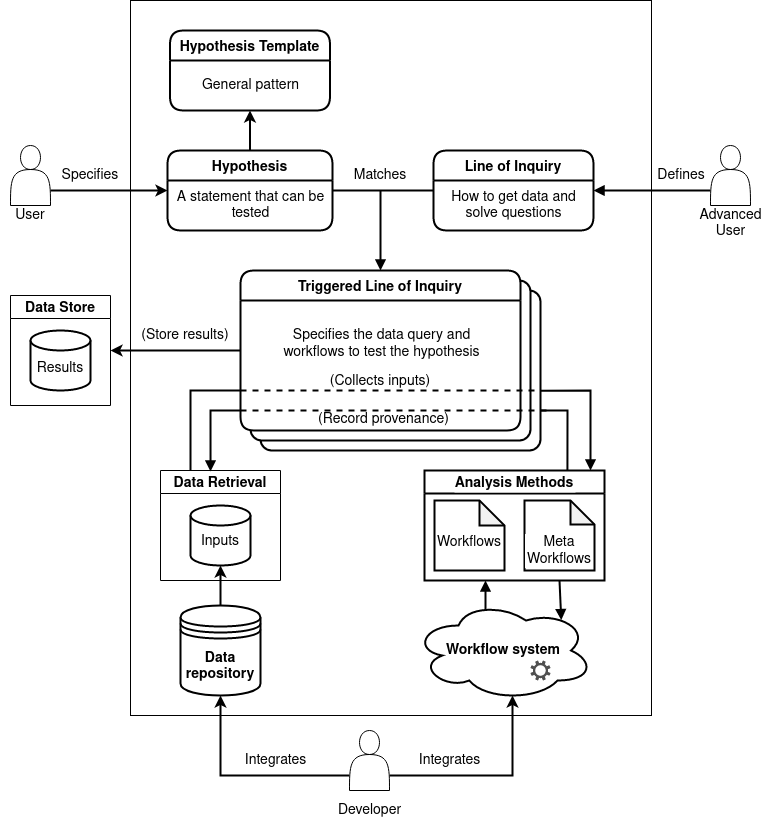
The draw.io diagram docs/figures/DISK-overview.png in KnowledgeCaptureAndDiscovery/DISK-UI, before a commit. Source tidied: cells renumbered, new cells last; positions are measured from the earlier drawing's top-left corner, leaving out a move shared by most shapes.
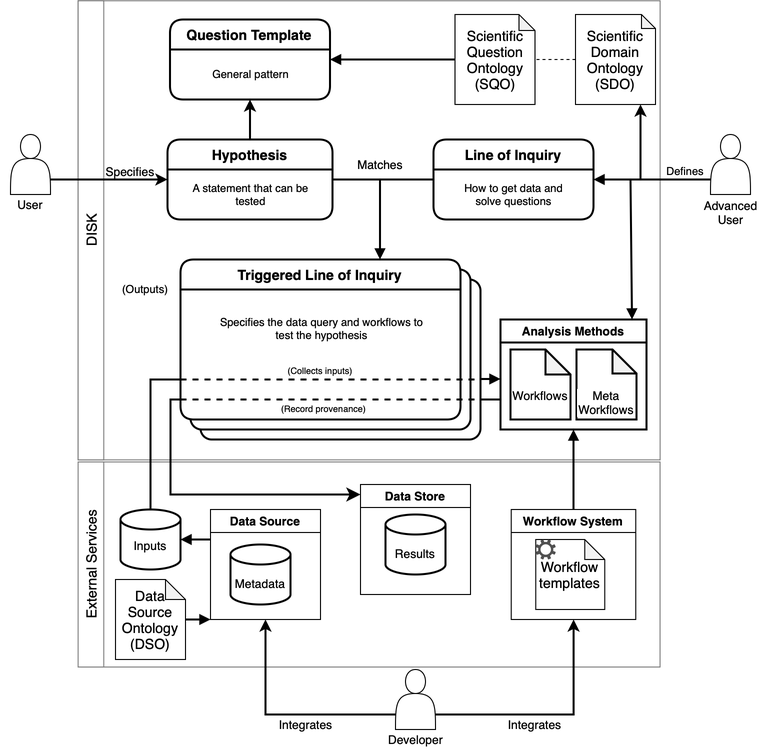
The same file after the commit.

Change to the diagram source:
```diff
@@ -4,5 +4,14 @@
     <mxCell id="1" parent="0" />
-    <mxCell id="2" style="whiteSpace=wrap;html=1;" parent="1" vertex="1">
-      <mxGeometry x="130" width="521" height="715" as="geometry" />
-    </mxCell>
+    <mxCell id="56" style="whiteSpace=wrap;html=1;rotation=-90;fontSize=14;strokeColor=#808080;" parent="1" vertex="1">
+      <mxGeometry x="267.6" y="285.5" width="205.1" height="578.9" as="geometry" />
+    </mxCell>
+    <mxCell id="57" style="whiteSpace=wrap;html=1;rotation=-90;fontSize=14;strokeColor=#808080;" parent="1" vertex="1">
+      <mxGeometry x="139.1" y="-50.2" width="459.1" height="582" as="geometry" />
+    </mxCell>
+    <mxCell id="58" value="DISK" style="whiteSpace=wrap;html=1;rotation=-90;fontSize=14;strokeColor=#808080;" parent="1" vertex="1">
+      <mxGeometry x="-139.1" y="228" width="459.1" height="25.6" as="geometry" />
+    </mxCell>
+    <mxCell id="59" value="External Services" style="whiteSpace=wrap;html=1;rotation=-90;fontSize=14;strokeColor=#808080;" parent="1" vertex="1">
+      <mxGeometry x="-12.1" y="562.2" width="205.1" height="25.6" as="geometry" />
+    </mxCell>
     <mxCell id="3" style="edgeStyle=orthogonalEdgeStyle;rounded=0;jettySize=auto;html=1;exitX=0.5;exitY=0;exitDx=0;exitDy=0;entryX=0.5;entryY=1;entryDx=0;entryDy=0;strokeWidth=2;" parent="1" edge="1" source="4" target="41">
@@ -28,10 +37,4 @@
     </mxCell>
-    <mxCell id="10" value="Data Retrieval" style="swimlane;" parent="1" vertex="1">
-      <mxGeometry x="160" y="470" width="120" height="110" as="geometry" />
-    </mxCell>
-    <mxCell id="11" value="Inputs" style="strokeWidth=2;html=1;shape=mxgraph.flowchart.database;whiteSpace=wrap;labelBackgroundColor=#FFFFFF;verticalAlign=middle;labelPosition=center;verticalLabelPosition=middle;align=center;spacingTop=12;" parent="10" vertex="1">
-      <mxGeometry x="30" y="35" width="60" height="60" as="geometry" />
-    </mxCell>
     <mxCell id="12" style="group;fontStyle=0;" parent="1" vertex="1">
-      <mxGeometry x="240" y="270" width="300" height="180" as="geometry" />
+      <mxGeometry x="180" y="270" width="300" height="180" as="geometry" />
     </mxCell>
@@ -52,3 +55,3 @@
         <mxPoint y="140" as="sourcePoint" />
-        <mxPoint x="310" y="140" as="targetPoint" />
+        <mxPoint x="300" y="140" as="targetPoint" />
       </mxGeometry>
@@ -70,61 +73,20 @@
     </mxCell>
-    <mxCell id="22" value="&lt;span&gt;Data&lt;br&gt;repository&lt;/span&gt;" style="shape=datastore;whiteSpace=wrap;html=1;labelBackgroundColor=#FFFFFF;strokeWidth=2;fontStyle=1;" parent="1" vertex="1">
-      <mxGeometry x="180" y="605" width="80" height="90" as="geometry" />
-    </mxCell>
-    <mxCell id="23" style="endArrow=classic;html=1;rounded=0;exitX=0.5;exitY=0;exitDx=0;exitDy=0;entryX=0.5;entryY=1;entryDx=0;entryDy=0;entryPerimeter=0;strokeWidth=2;" parent="1" edge="1" source="22" target="11">
-      <mxGeometry relative="1" as="geometry" />
-    </mxCell>
     <mxCell id="24" value="Analysis Methods" style="swimlane;labelBackgroundColor=#FFFFFF;strokeWidth=2;startSize=23;fillColor=none;" parent="1" vertex="1">
-      <mxGeometry x="424" y="470" width="180" height="110" as="geometry" />
+      <mxGeometry x="500" y="330" width="146" height="110" as="geometry" />
     </mxCell>
     <mxCell id="25" value="Workflows&lt;br&gt;&lt;font color=&quot;#ffffff&quot;&gt;.&lt;/font&gt;" style="shape=note;whiteSpace=wrap;html=1;backgroundOutline=1;darkOpacity=0.05;labelBackgroundColor=#FFFFFF;strokeWidth=2;verticalAlign=bottom;size=25;" parent="24" vertex="1">
-      <mxGeometry x="10" y="30" width="70" height="70" as="geometry" />
+      <mxGeometry x="10" y="30" width="60" height="70" as="geometry" />
     </mxCell>
-    <mxCell id="26" value="Meta Workflows" style="shape=note;whiteSpace=wrap;html=1;backgroundOutline=1;darkOpacity=0.05;labelBackgroundColor=#FFFFFF;strokeWidth=2;verticalAlign=bottom;size=24;fillColor=none;spacingTop=-7;" parent="24" vertex="1">
-      <mxGeometry x="100" y="30" width="70" height="70" as="geometry" />
+    <mxCell id="26" value="&lt;font style=&quot;font-size: 12px;&quot;&gt;Meta Workflows&lt;/font&gt;" style="shape=note;whiteSpace=wrap;html=1;backgroundOutline=1;darkOpacity=0.05;labelBackgroundColor=#FFFFFF;strokeWidth=2;verticalAlign=bottom;size=24;fillColor=none;spacingTop=-7;" parent="24" vertex="1">
+      <mxGeometry x="76" y="30" width="60" height="70" as="geometry" />
     </mxCell>
-    <mxCell id="27" value="Workflow&amp;nbsp;system" style="ellipse;shape=cloud;whiteSpace=wrap;html=1;labelBackgroundColor=#FFFFFF;strokeWidth=2;fontStyle=1;" parent="1" vertex="1">
-      <mxGeometry x="413" y="600" width="180" height="100" as="geometry" />
-    </mxCell>
-    <mxCell id="28" style="sketch=0;shadow=0;dashed=0;html=1;strokeColor=none;fillColor=#505050;labelPosition=center;verticalLabelPosition=bottom;verticalAlign=top;align=center;shape=mxgraph.office.concepts.settings;labelBackgroundColor=#FFFFFF;" parent="1" vertex="1">
-      <mxGeometry x="530" y="660" width="20" height="20" as="geometry" />
-    </mxCell>
-    <mxCell id="29" style="html=1;verticalAlign=bottom;endArrow=block;rounded=0;fontColor=#FFFFFF;entryX=0.821;entryY=0.196;entryDx=0;entryDy=0;entryPerimeter=0;exitX=0.75;exitY=1;exitDx=0;exitDy=0;strokeWidth=2;" parent="1" edge="1" source="24" target="27">
-      <mxGeometry x="0.01" y="-50" relative="1" as="geometry" />
+    <mxCell id="29" style="html=1;verticalAlign=bottom;endArrow=block;rounded=0;fontColor=#FFFFFF;strokeWidth=2;" parent="1" edge="1">
+      <mxGeometry x="0.01" y="-50" relative="1" as="geometry">
+        <mxPoint x="480" y="389.5" as="sourcePoint" />
+        <mxPoint x="500" y="389.5" as="targetPoint" />
+      </mxGeometry>
     </mxCell>
-    <mxCell id="30" style="html=1;verticalAlign=bottom;endArrow=block;rounded=0;fontColor=#FFFFFF;exitX=0.4;exitY=0.1;exitDx=0;exitDy=0;exitPerimeter=0;strokeWidth=2;" parent="1" edge="1" source="27">
-      <mxGeometry x="0.01" y="-50" relative="1" as="geometry">
-        <mxPoint x="485" y="580" as="targetPoint" />
-      </mxGeometry>
+    <mxCell id="30" style="html=1;verticalAlign=bottom;endArrow=block;rounded=0;fontColor=#FFFFFF;strokeWidth=2;" parent="1" edge="1" source="71" target="24">
+      <mxGeometry x="0.01" y="-50" relative="1" as="geometry" />
     </mxCell>
-    <mxCell id="31" style="html=1;verticalAlign=bottom;endArrow=none;rounded=0;fontColor=#FFFFFF;entryX=0.794;entryY=0;entryDx=0;entryDy=0;entryPerimeter=0;strokeWidth=2;endFill=0;exitX=1;exitY=0.75;exitDx=0;exitDy=0;" parent="1" edge="1" source="13" target="24">
-      <mxGeometry x="0.01" y="-50" relative="1" as="geometry">
-        <Array as="points">
-          <mxPoint x="567" y="410" />
-        </Array>
-      </mxGeometry>
-    </mxCell>
-    <mxCell id="32" style="html=1;verticalAlign=bottom;endArrow=none;rounded=0;fontColor=#FFFFFF;exitX=0.417;exitY=0.009;exitDx=0;exitDy=0;strokeWidth=2;endFill=0;startArrow=block;startFill=1;exitPerimeter=0;" parent="1" edge="1" source="10">
-      <mxGeometry x="0.01" y="-50" relative="1" as="geometry">
-        <mxPoint x="240" y="410" as="targetPoint" />
-        <Array as="points">
-          <mxPoint x="210" y="410" />
-        </Array>
-      </mxGeometry>
-    </mxCell>
-    <mxCell id="33" style="html=1;verticalAlign=bottom;endArrow=block;rounded=0;fontColor=#FFFFFF;strokeWidth=2;endFill=1;exitX=1;exitY=0.627;exitDx=0;exitDy=0;exitPerimeter=0;" parent="1" edge="1" source="13">
-      <mxGeometry x="0.01" y="-50" relative="1" as="geometry">
-        <mxPoint x="590" y="470" as="targetPoint" />
-        <Array as="points">
-          <mxPoint x="590" y="390" />
-        </Array>
-      </mxGeometry>
-    </mxCell>
-    <mxCell id="34" style="html=1;verticalAlign=bottom;endArrow=none;rounded=0;fontColor=#FFFFFF;entryX=0;entryY=0.75;entryDx=0;entryDy=0;exitX=0.25;exitY=0;exitDx=0;exitDy=0;strokeWidth=2;endFill=0;startArrow=none;startFill=0;" parent="1" edge="1" source="10" target="16">
-      <mxGeometry x="0.01" y="-50" relative="1" as="geometry">
-        <Array as="points">
-          <mxPoint x="190" y="390" />
-        </Array>
-      </mxGeometry>
-    </mxCell>
     <mxCell id="35" style="html=1;verticalAlign=bottom;endArrow=none;rounded=0;fontColor=#FFFFFF;entryX=0;entryY=0.5;entryDx=0;entryDy=0;exitX=1;exitY=0.5;exitDx=0;exitDy=0;strokeWidth=2;endFill=0;startArrow=none;startFill=0;" parent="1" edge="1" source="4" target="6">
@@ -132,4 +94,7 @@
     </mxCell>
-    <mxCell id="36" style="html=1;verticalAlign=bottom;endArrow=none;rounded=0;fontColor=#FFFFFF;exitX=0.5;exitY=0;exitDx=0;exitDy=0;strokeWidth=2;endFill=0;startArrow=block;startFill=1;entryX=0.5;entryY=1;entryDx=0;entryDy=0;" parent="1" edge="1" source="16" target="39">
-      <mxGeometry x="0.01" y="-50" relative="1" as="geometry" />
+    <mxCell id="36" style="html=1;verticalAlign=bottom;endArrow=none;rounded=0;fontColor=#FFFFFF;exitX=0.5;exitY=0;exitDx=0;exitDy=0;strokeWidth=2;endFill=0;startArrow=block;startFill=1;entryX=0.5;entryY=1;entryDx=0;entryDy=0;" parent="1" edge="1">
+      <mxGeometry x="0.01" y="-50" relative="1" as="geometry">
+        <mxPoint x="379.5" y="270" as="sourcePoint" />
+        <mxPoint x="379.5" y="190" as="targetPoint" />
+      </mxGeometry>
     </mxCell>
@@ -144,6 +109,6 @@
     </mxCell>
-    <mxCell id="40" value="&lt;font style=&quot;font-size: 9px;&quot; color=&quot;#000000&quot;&gt;Specifies&lt;br style=&quot;font-size: 9px;&quot;&gt;&lt;/font&gt;" style="text;html=1;align=center;verticalAlign=middle;whiteSpace=wrap;rounded=0;labelBackgroundColor=none;fontSize=9;fillColor=none;" parent="1" vertex="1">
-      <mxGeometry x="60" y="160" width="60" height="30" as="geometry" />
+    <mxCell id="40" value="&lt;font style=&quot;font-size: 12px;&quot; color=&quot;#000000&quot;&gt;Specifies&lt;br style=&quot;font-size: 12px;&quot;&gt;&lt;/font&gt;" style="text;html=1;align=center;verticalAlign=middle;whiteSpace=wrap;rounded=0;labelBackgroundColor=none;fontSize=12;fillColor=none;" parent="1" vertex="1">
+      <mxGeometry x="100" y="167" width="60" height="30" as="geometry" />
     </mxCell>
-    <mxCell id="41" value="Hypothesis Template" style="swimlane;horizontal=1;startSize=30;rounded=1;fontSize=14;fontStyle=1;strokeWidth=2;shadow=0;dashed=0;align=center;" parent="1" vertex="1">
+    <mxCell id="41" value="Question Template" style="swimlane;horizontal=1;startSize=30;rounded=1;fontSize=14;fontStyle=1;strokeWidth=2;shadow=0;dashed=0;align=center;" parent="1" vertex="1">
       <mxGeometry x="169.5" y="30" width="160" height="80" as="geometry" />
@@ -153,6 +118,6 @@
     </mxCell>
-    <mxCell id="43" style="edgeStyle=orthogonalEdgeStyle;rounded=0;jettySize=auto;html=1;exitX=0;exitY=0.75;exitDx=0;exitDy=0;strokeWidth=2;" parent="1" edge="1" source="45" target="22">
+    <mxCell id="43" style="edgeStyle=orthogonalEdgeStyle;rounded=0;jettySize=auto;html=1;exitX=0;exitY=0.75;exitDx=0;exitDy=0;strokeWidth=2;" parent="1" edge="1" source="45" target="64">
       <mxGeometry relative="1" as="geometry" />
     </mxCell>
-    <mxCell id="44" style="edgeStyle=orthogonalEdgeStyle;rounded=0;jettySize=auto;html=1;exitX=1;exitY=0.75;exitDx=0;exitDy=0;entryX=0.55;entryY=0.95;entryDx=0;entryDy=0;entryPerimeter=0;strokeWidth=2;" parent="1" edge="1" source="45" target="27">
+    <mxCell id="44" style="edgeStyle=orthogonalEdgeStyle;rounded=0;jettySize=auto;html=1;exitX=1;exitY=0.75;exitDx=0;exitDy=0;strokeWidth=2;" parent="1" edge="1" source="45" target="71">
       <mxGeometry relative="1" as="geometry" />
@@ -160,25 +125,29 @@
     <mxCell id="45" style="shape=actor;whiteSpace=wrap;html=1;" parent="1" vertex="1">
-      <mxGeometry x="349" y="730" width="40" height="60" as="geometry" />
+      <mxGeometry x="395" y="680" width="40" height="60" as="geometry" />
     </mxCell>
     <mxCell id="46" value="Developer" style="text;html=1;strokeColor=none;fillColor=none;align=center;verticalAlign=middle;whiteSpace=wrap;rounded=0;" parent="1" vertex="1">
-      <mxGeometry x="329.5" y="800" width="79" height="20" as="geometry" />
+      <mxGeometry x="375.5" y="740" width="79" height="20" as="geometry" />
     </mxCell>
     <mxCell id="47" value="Integrates" style="text;html=1;align=center;verticalAlign=middle;strokeColor=none;fillColor=none;fontColor=#000000;" parent="1" vertex="1">
-      <mxGeometry x="230" y="745" width="90" height="30" as="geometry" />
+      <mxGeometry x="260" y="720" width="90" height="30" as="geometry" />
     </mxCell>
     <mxCell id="48" value="Integrates" style="text;html=1;align=center;verticalAlign=middle;strokeColor=none;fillColor=none;fontColor=#000000;" parent="1" vertex="1">
-      <mxGeometry x="404" y="745" width="90" height="30" as="geometry" />
+      <mxGeometry x="489" y="720" width="90" height="30" as="geometry" />
     </mxCell>
     <mxCell id="49" value="Data Store" style="swimlane;" parent="1" vertex="1">
-      <mxGeometry x="10" y="295" width="100" height="110" as="geometry" />
+      <mxGeometry x="360" y="495" width="110" height="110" as="geometry" />
     </mxCell>
     <mxCell id="50" value="&lt;span style=&quot;background-color: transparent;&quot;&gt;Results&lt;/span&gt;" style="strokeWidth=2;html=1;shape=mxgraph.flowchart.database;whiteSpace=wrap;labelBackgroundColor=#FFFFFF;verticalAlign=middle;labelPosition=center;verticalLabelPosition=middle;align=center;spacingTop=17;" parent="49" vertex="1">
-      <mxGeometry x="20" y="35" width="60" height="60" as="geometry" />
+      <mxGeometry x="25" y="30" width="60" height="60" as="geometry" />
     </mxCell>
-    <mxCell id="51" style="edgeStyle=orthogonalEdgeStyle;rounded=0;jettySize=auto;html=1;exitX=0;exitY=0.5;exitDx=0;exitDy=0;fontColor=#000000;strokeWidth=2;entryX=1;entryY=0.5;entryDx=0;entryDy=0;" parent="1" edge="1" source="16" target="49">
-      <mxGeometry relative="1" as="geometry" />
-    </mxCell>
-    <mxCell id="52" value="(Store results)" style="text;html=1;strokeColor=none;fillColor=none;align=center;verticalAlign=middle;whiteSpace=wrap;rounded=0;labelBackgroundColor=none;fontSize=9;fontColor=#000000;" parent="1" vertex="1">
-      <mxGeometry x="120" y="320" width="130" height="30" as="geometry" />
+    <mxCell id="52" value="(Outputs)" style="text;html=1;strokeColor=none;fillColor=none;align=center;verticalAlign=middle;whiteSpace=wrap;rounded=0;labelBackgroundColor=none;fontSize=11;fontColor=#000000;" parent="1" vertex="1">
+      <mxGeometry x="120" y="290" width="50" height="20" as="geometry" />
     </mxCell>
+    <mxCell id="60" style="edgeStyle=orthogonalEdgeStyle;rounded=0;jettySize=auto;html=1;strokeWidth=2;" parent="1" edge="1" source="53" target="75">
+      <mxGeometry relative="1" as="geometry">
+        <Array as="points">
+          <mxPoint x="640" y="190" />
+        </Array>
+      </mxGeometry>
+    </mxCell>
     <mxCell id="53" style="shape=actor;whiteSpace=wrap;html=1;" parent="1" vertex="1">
@@ -189,5 +158,74 @@
     </mxCell>
-    <mxCell id="55" value="&lt;font color=&quot;#000000&quot; style=&quot;font-size: 9px;&quot;&gt;Defines&lt;br style=&quot;font-size: 9px;&quot;&gt;&lt;/font&gt;" style="text;html=1;strokeColor=none;fillColor=none;align=center;verticalAlign=middle;whiteSpace=wrap;rounded=0;labelBackgroundColor=none;fontColor=#FFFFFF;fontSize=9;" parent="1" vertex="1">
-      <mxGeometry x="680" y="160" width="1" height="30" as="geometry" />
+    <mxCell id="55" value="&lt;font color=&quot;#000000&quot; style=&quot;font-size: 11px;&quot;&gt;Defines&lt;br style=&quot;font-size: 11px;&quot;&gt;&lt;/font&gt;" style="text;html=1;strokeColor=none;fillColor=none;align=center;verticalAlign=middle;whiteSpace=wrap;rounded=0;labelBackgroundColor=none;fontColor=#FFFFFF;fontSize=11;" parent="1" vertex="1">
+      <mxGeometry x="655" y="167" width="60" height="30" as="geometry" />
     </mxCell>
+    <mxCell id="61" value="Scientific Question Ontology&lt;div&gt;(SQO)&lt;/div&gt;" style="shape=note;whiteSpace=wrap;html=1;backgroundOutline=1;darkOpacity=0.05;size=16;fontSize=14;" parent="1" vertex="1">
+      <mxGeometry x="454.5" y="25" width="80" height="90" as="geometry" />
+    </mxCell>
+    <mxCell id="62" style="html=1;verticalAlign=bottom;endArrow=none;rounded=0;fontColor=#FFFFFF;strokeWidth=2;endFill=0;" parent="1" edge="1">
+      <mxGeometry x="0.01" y="-50" relative="1" as="geometry">
+        <mxPoint x="500" y="410" as="sourcePoint" />
+        <mxPoint x="480" y="410" as="targetPoint" />
+      </mxGeometry>
+    </mxCell>
+    <mxCell id="63" style="endArrow=none;html=1;rounded=0;strokeWidth=2;endFill=0;startArrow=block;startFill=1;entryX=0;entryY=0.75;entryDx=0;entryDy=0;" parent="1" edge="1">
+      <mxGeometry relative="1" as="geometry">
+        <mxPoint x="631.5" y="330" as="sourcePoint" />
+        <mxPoint x="630" y="190" as="targetPoint" />
+      </mxGeometry>
+    </mxCell>
+    <mxCell id="64" value="Data Source" style="swimlane;" parent="1" vertex="1">
+      <mxGeometry x="210" y="520" width="110" height="110" as="geometry" />
+    </mxCell>
+    <mxCell id="65" value="&lt;span style=&quot;background-color: transparent;&quot;&gt;Metadata&lt;/span&gt;" style="strokeWidth=2;html=1;shape=mxgraph.flowchart.database;whiteSpace=wrap;labelBackgroundColor=#FFFFFF;verticalAlign=middle;labelPosition=center;verticalLabelPosition=middle;align=center;spacingTop=17;" parent="64" vertex="1">
+      <mxGeometry x="20" y="35" width="60" height="60" as="geometry" />
+    </mxCell>
+    <mxCell id="11" value="Inputs" style="strokeWidth=2;html=1;shape=mxgraph.flowchart.database;whiteSpace=wrap;labelBackgroundColor=#FFFFFF;verticalAlign=middle;labelPosition=center;verticalLabelPosition=middle;align=center;spacingTop=12;" parent="1" vertex="1">
+      <mxGeometry x="120" y="520" width="60" height="60" as="geometry" />
+    </mxCell>
+    <mxCell id="66" value="Data&lt;br&gt;Source Ontology&lt;div&gt;(DSO)&lt;/div&gt;" style="shape=note;whiteSpace=wrap;html=1;backgroundOutline=1;darkOpacity=0.05;size=20;fontSize=14;" parent="1" vertex="1">
+      <mxGeometry x="115" y="590" width="70" height="80" as="geometry" />
+    </mxCell>
+    <mxCell id="67" style="html=1;verticalAlign=bottom;endArrow=block;rounded=0;fontColor=#FFFFFF;strokeWidth=2;" parent="1" edge="1" target="11">
+      <mxGeometry x="0.01" y="-50" relative="1" as="geometry">
+        <mxPoint x="210" y="550" as="sourcePoint" />
+      </mxGeometry>
+    </mxCell>
+    <mxCell id="68" style="edgeStyle=elbowEdgeStyle;elbow=horizontal;endArrow=classic;html=1;curved=0;rounded=0;endSize=8;startSize=8;strokeWidth=2;entryX=0;entryY=0.091;entryDx=0;entryDy=0;entryPerimeter=0;" parent="1" edge="1" target="49">
+      <mxGeometry relative="1" as="geometry">
+        <mxPoint x="180" y="410" as="sourcePoint" />
+        <Array as="points">
+          <mxPoint x="170" y="350" />
+        </Array>
+      </mxGeometry>
+    </mxCell>
+    <mxCell id="69" style="html=1;verticalAlign=bottom;endArrow=none;rounded=0;fontColor=#FFFFFF;strokeWidth=2;endFill=0;entryX=0.5;entryY=0;entryDx=0;entryDy=0;entryPerimeter=0;" parent="1" edge="1" target="11">
+      <mxGeometry x="0.01" y="-50" relative="1" as="geometry">
+        <mxPoint x="180" y="390" as="sourcePoint" />
+        <Array as="points">
+          <mxPoint x="150" y="390" />
+        </Array>
+      </mxGeometry>
+    </mxCell>
+    <mxCell id="70" style="endArrow=none;html=1;rounded=0;strokeWidth=2;endFill=0;startArrow=block;startFill=1;exitX=0;exitY=1;exitDx=0;exitDy=0;" parent="1" edge="1" source="64" target="66">
+      <mxGeometry relative="1" as="geometry" />
+    </mxCell>
+    <mxCell id="71" value="Workflow System" style="swimlane;" parent="1" vertex="1">
+      <mxGeometry x="510.8" y="520" width="124.5" height="110" as="geometry" />
+    </mxCell>
+    <mxCell id="72" value="Workflow templates" style="shape=note;whiteSpace=wrap;html=1;backgroundOutline=1;darkOpacity=0.05;size=20;fontSize=14;" parent="71" vertex="1">
+      <mxGeometry x="24.5" y="30" width="69" height="70" as="geometry" />
+    </mxCell>
+    <mxCell id="28" style="sketch=0;shadow=0;dashed=0;html=1;strokeColor=none;fillColor=#505050;labelPosition=center;verticalLabelPosition=bottom;verticalAlign=top;align=center;shape=mxgraph.office.concepts.settings;labelBackgroundColor=#FFFFFF;" parent="71" vertex="1">
+      <mxGeometry x="24.5" y="30" width="20" height="20" as="geometry" />
+    </mxCell>
+    <mxCell id="73" style="html=1;verticalAlign=bottom;endArrow=block;rounded=0;fontColor=#FFFFFF;strokeWidth=2;" parent="1" edge="1" source="61" target="41">
+      <mxGeometry x="0.01" y="-50" relative="1" as="geometry" />
+    </mxCell>
+    <mxCell id="74" style="edgeStyle=orthogonalEdgeStyle;rounded=0;jettySize=auto;html=1;endArrow=none;endFill=0;dashed=1;" parent="1" edge="1" source="75" target="61">
+      <mxGeometry relative="1" as="geometry" />
+    </mxCell>
+    <mxCell id="75" value="&lt;div&gt;Scientific Domain Ontology&lt;/div&gt;&lt;div&gt;(SDO)&lt;/div&gt;" style="shape=note;whiteSpace=wrap;html=1;backgroundOutline=1;darkOpacity=0.05;size=14;fontSize=14;" parent="1" vertex="1">
+      <mxGeometry x="575" y="25" width="80" height="90" as="geometry" />
+    </mxCell>
   </root>
```
